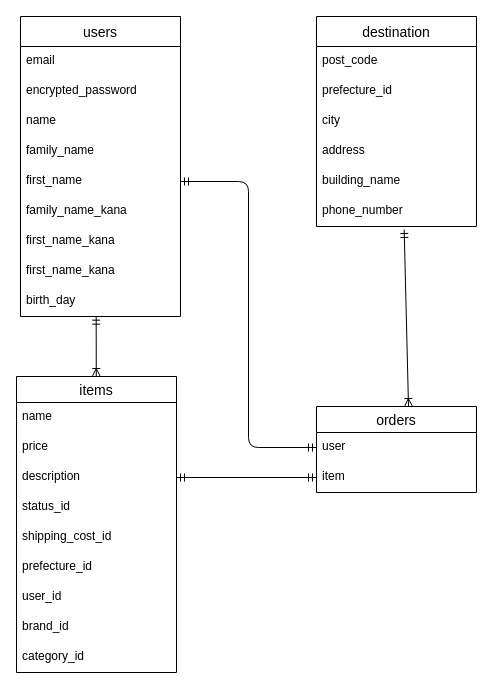
nkubota05/furima-36196 keeps this draw.io diagram as table.dio. Above is the earlier version. Source tidied: cells renumbered, new cells numbered last; positions are measured from the earlier drawing's top-left corner, leaving out a move shared by most shapes. Both pictures are drawn from the tidied source at 100%, with x=0, y=0 at pixel (16, 16).
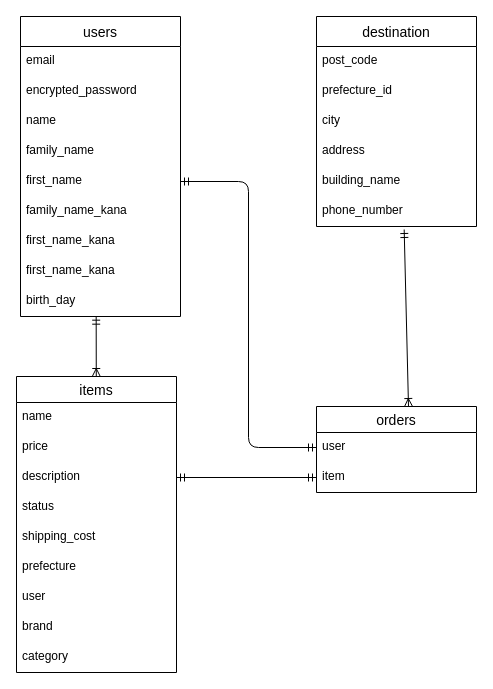
The same page after the edit.

The change refers to these unchanged cells:
```xml
<mxCell id="20" value="items" style="swimlane;fontStyle=0;horizontal=1;startSize=26;align=center;fontSize=14;" parent="1" vertex="1">
  <mxGeometry y="360" width="160" height="296" as="geometry" />
</mxCell>
```

Diff of the diagram source:
```diff
@@
-    <mxCell id="24" value="status_id" style="text;strokeColor=none;fillColor=none;spacingLeft=4;spacingRight=4;overflow=hidden;fontSize=12;" parent="20" vertex="1">
+    <mxCell id="24" value="status" style="text;strokeColor=none;fillColor=none;spacingLeft=4;spacingRight=4;overflow=hidden;fontSize=12;" parent="20" vertex="1">
       <mxGeometry y="116" width="160" height="30" as="geometry" />
     </mxCell>
-    <mxCell id="25" value="shipping_cost_id" style="text;strokeColor=none;fillColor=none;spacingLeft=4;spacingRight=4;overflow=hidden;fontSize=12;" parent="20" vertex="1">
+    <mxCell id="25" value="shipping_cost" style="text;strokeColor=none;fillColor=none;spacingLeft=4;spacingRight=4;overflow=hidden;fontSize=12;" parent="20" vertex="1">
       <mxGeometry y="146" width="160" height="30" as="geometry" />
     </mxCell>
-    <mxCell id="26" value="prefecture_id" style="text;strokeColor=none;fillColor=none;spacingLeft=4;spacingRight=4;overflow=hidden;fontSize=12;" parent="20" vertex="1">
+    <mxCell id="26" value="prefecture" style="text;strokeColor=none;fillColor=none;spacingLeft=4;spacingRight=4;overflow=hidden;fontSize=12;" parent="20" vertex="1">
       <mxGeometry y="176" width="160" height="30" as="geometry" />
     </mxCell>
-    <mxCell id="27" value="user_id" style="text;strokeColor=none;fillColor=none;spacingLeft=4;spacingRight=4;overflow=hidden;fontSize=12;" parent="20" vertex="1">
+    <mxCell id="27" value="user" style="text;strokeColor=none;fillColor=none;spacingLeft=4;spacingRight=4;overflow=hidden;fontSize=12;" parent="20" vertex="1">
       <mxGeometry y="206" width="160" height="30" as="geometry" />
     </mxCell>
-    <mxCell id="28" value="brand_id" style="text;strokeColor=none;fillColor=none;spacingLeft=4;spacingRight=4;overflow=hidden;fontSize=12;" parent="20" vertex="1">
+    <mxCell id="28" value="brand" style="text;strokeColor=none;fillColor=none;spacingLeft=4;spacingRight=4;overflow=hidden;fontSize=12;" parent="20" vertex="1">
       <mxGeometry y="236" width="160" height="30" as="geometry" />
     </mxCell>
-    <mxCell id="29" value="category_id" style="text;strokeColor=none;fillColor=none;spacingLeft=4;spacingRight=4;overflow=hidden;fontSize=12;" parent="20" vertex="1">
+    <mxCell id="29" value="category" style="text;strokeColor=none;fillColor=none;spacingLeft=4;spacingRight=4;overflow=hidden;fontSize=12;" parent="20" vertex="1">
       <mxGeometry y="266" width="160" height="30" as="geometry" />
     </mxCell>
```
